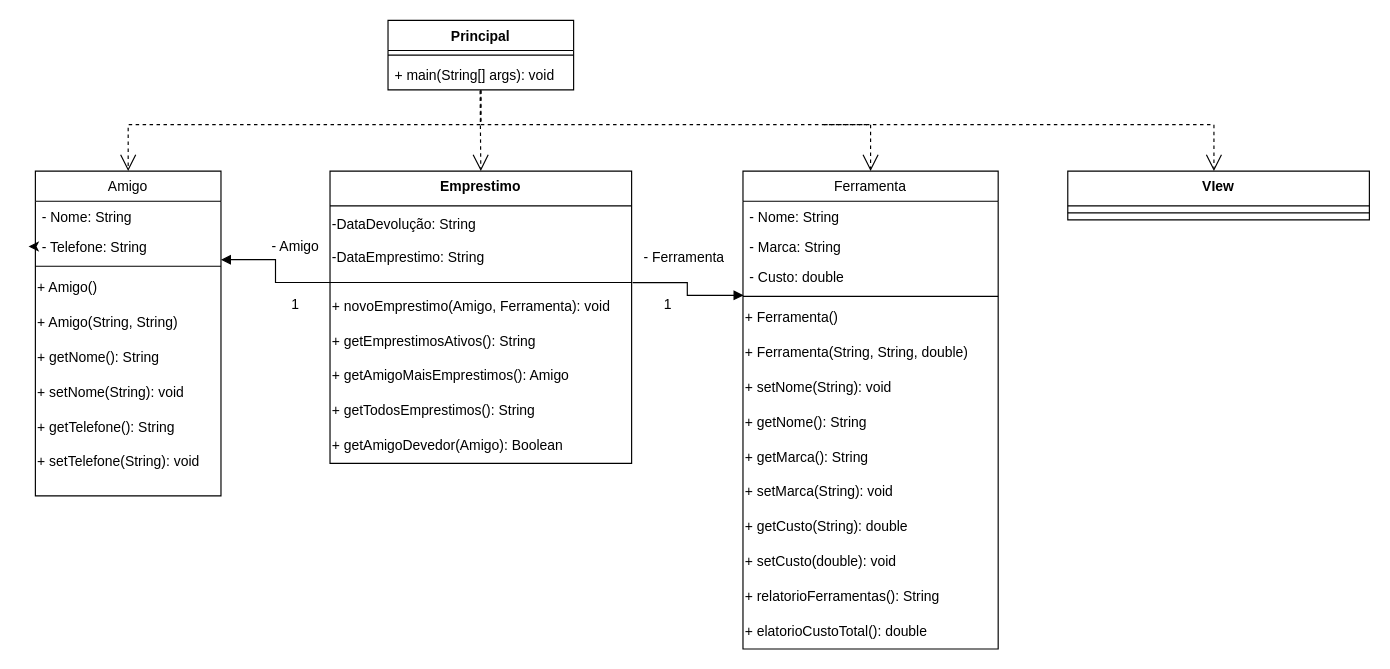
felipeghizo/Emprestimo_Ferramentas keeps this draw.io diagram as Diagrama sem nome.drawio. Above is the earlier version. Source tidied: cells renumbered, new cells numbered last; positions are measured from the earlier drawing's top-left corner, leaving out a move shared by most shapes. Both pictures are drawn from the tidied source at 116%, with x=0, y=0 at pixel (35, 20).
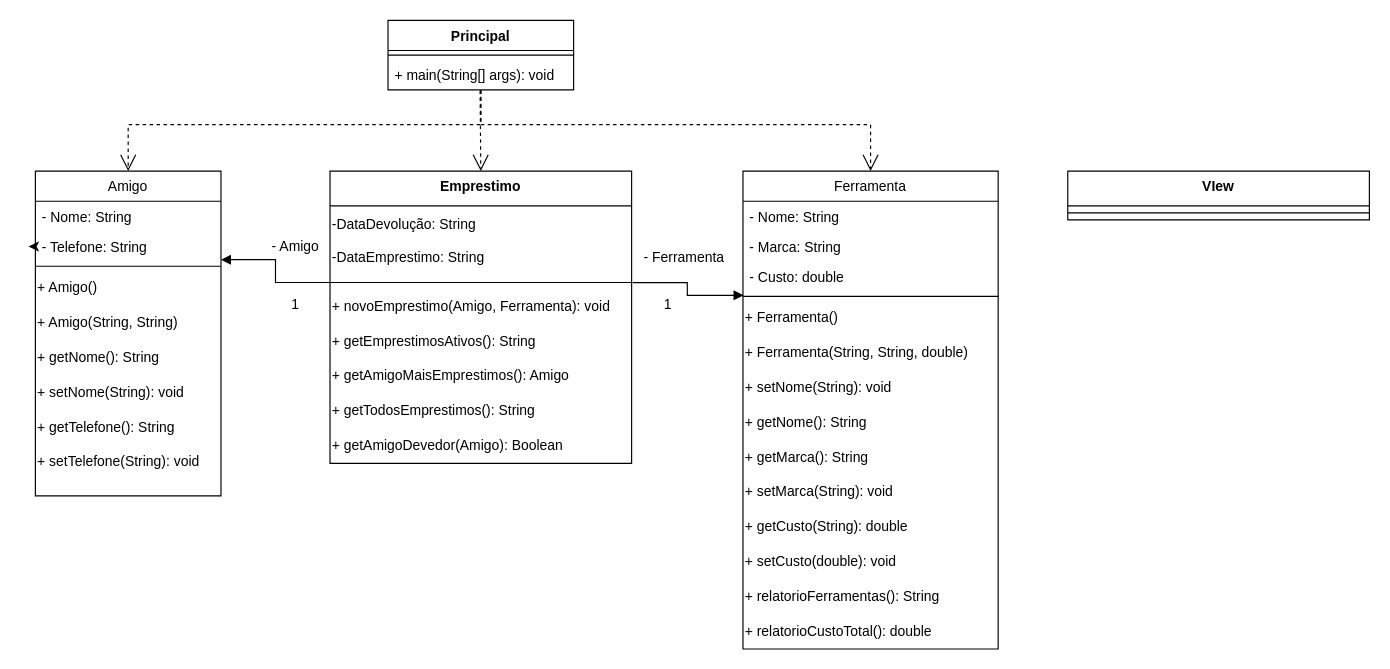
Above is the later version.

The change refers to these unchanged cells:
```xml
<mxCell id="13" value="Ferramenta" style="swimlane;fontStyle=0;align=center;verticalAlign=top;horizontal=1;startSize=26;rounded=0;shadow=0;strokeWidth=1;" parent="1" vertex="1">
  <mxGeometry x="610" y="130" width="220" height="412" as="geometry" />
</mxCell>
```

What changed in the source:
```diff
@@
-    <mxCell id="27" value="+ elatorioCustoTotal(): double" style="text;html=1;align=left;verticalAlign=middle;strokeColor=none;fillColor=none;" parent="13" vertex="1">
+    <mxCell id="27" value="+ relatorioCustoTotal(): double" style="text;html=1;align=left;verticalAlign=middle;strokeColor=none;fillColor=none;" parent="13" vertex="1">
       <mxGeometry y="382" width="220" height="30" as="geometry" />
     </mxCell>
@@
-    <mxCell id="50" style="endArrow=open;endSize=12;dashed=1;html=1;rounded=0;entryX=0.5;entryY=0;entryDx=0;entryDy=0;" parent="1" edge="1">
-      <mxGeometry x="0.23" y="70" relative="1" as="geometry">
-        <mxPoint x="680" y="90" as="sourcePoint" />
-        <mxPoint x="1016" y="130" as="targetPoint" />
-        <Array as="points">
-          <mxPoint x="680" y="90" />
-          <mxPoint x="1016" y="90" />
-        </Array>
-      </mxGeometry>
-    </mxCell>
```
